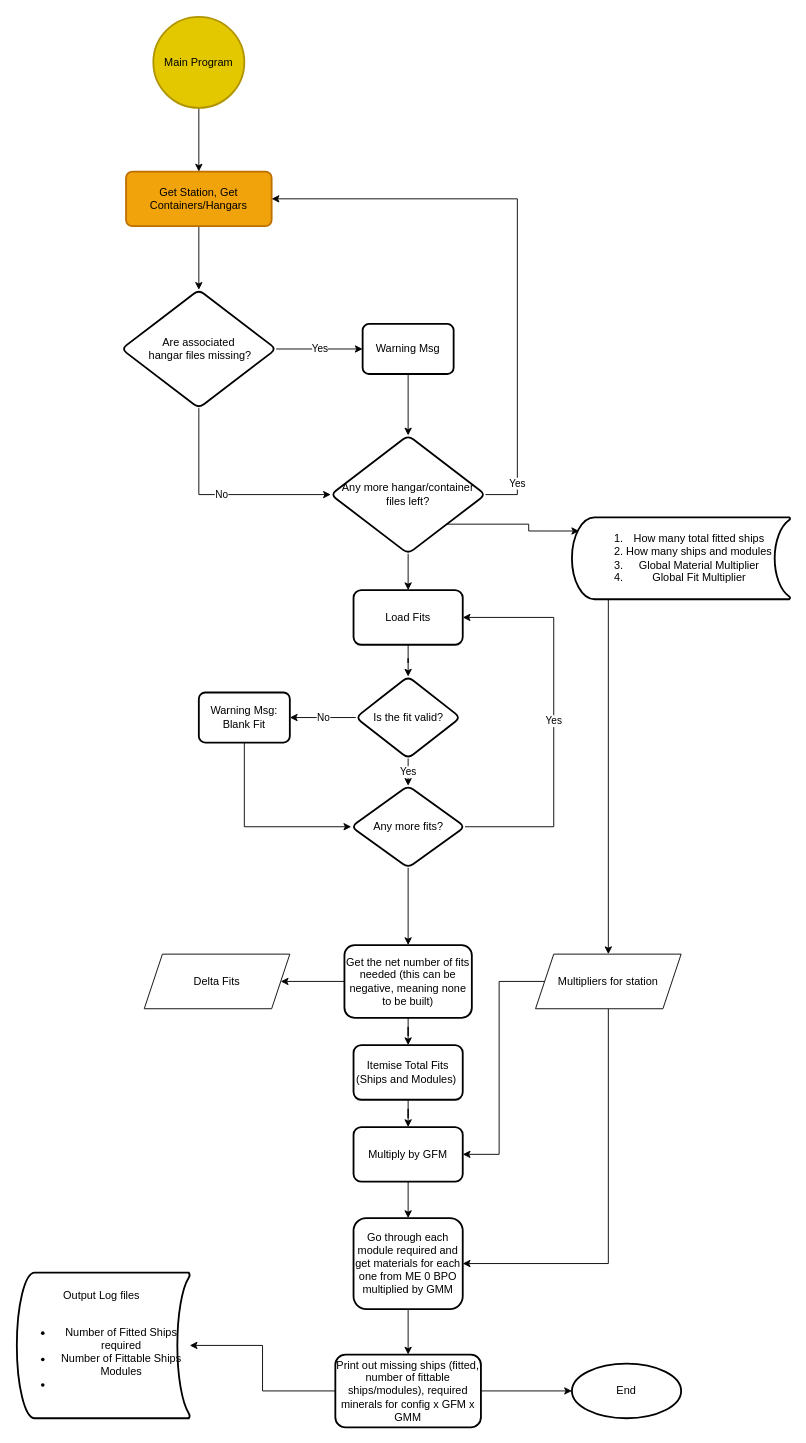
sajuukthanatoskhar/test_free_inventory_tracker keeps this draw.io diagram as page "Program Flow" (2 of 2) of Class_Flow.drawio. Above is the earlier version. Source tidied: cells renumbered, new cells numbered last; positions are measured from the earlier drawing's top-left corner, leaving out a move shared by most shapes. Both pictures are drawn from the tidied source at 91%, with x=0, y=0 at pixel (16, 16).
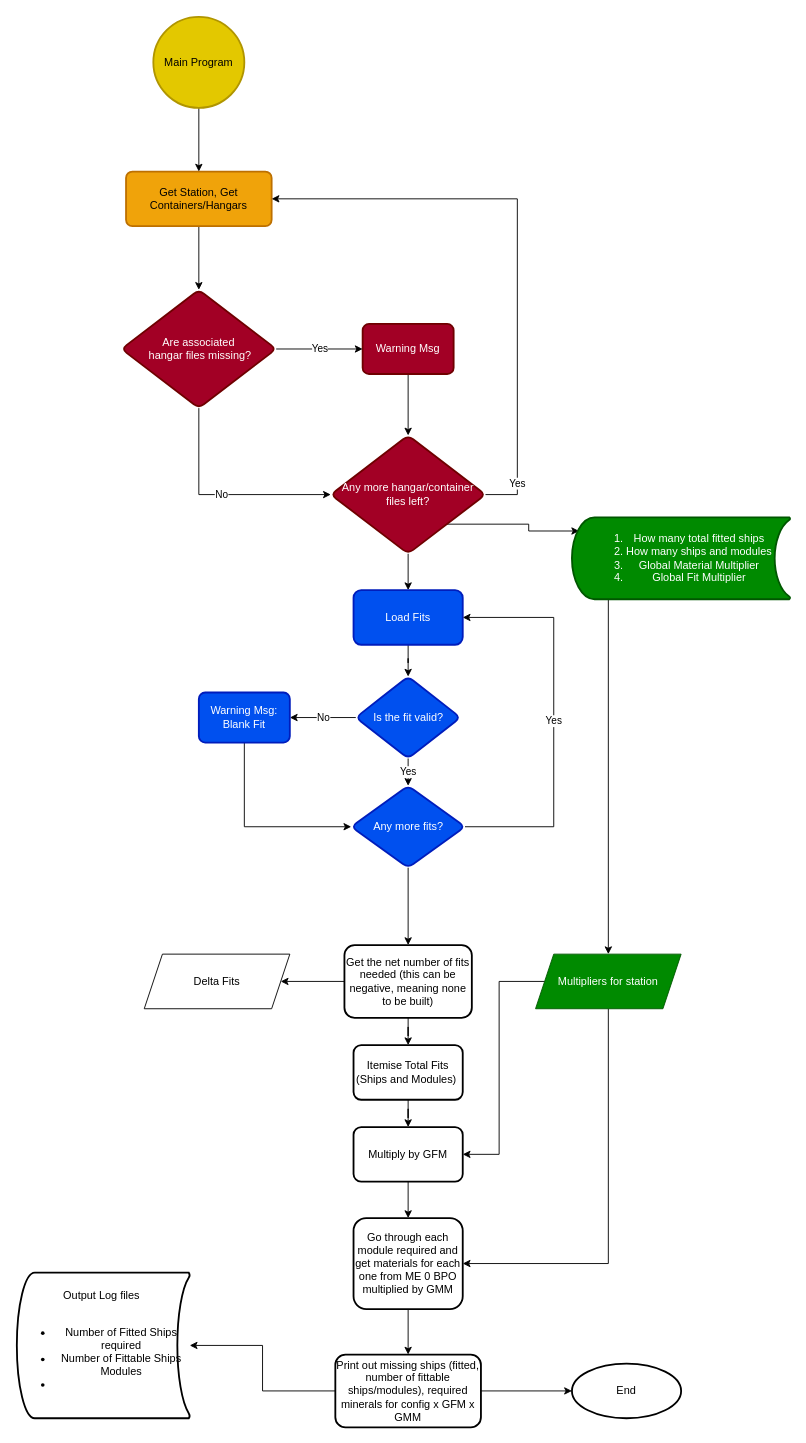
After the change.

Commit message (it also covers changes not shown here):
ADD: Added functionality in order to display hangar items in a hangar in a station

What changed in the source:
```diff
@@
-    <mxCell id="3" value="Warning Msg" style="rounded=1;whiteSpace=wrap;html=1;absoluteArcSize=1;arcSize=14;strokeWidth=2;" parent="1" vertex="1">
+    <mxCell id="3" value="Warning Msg" style="rounded=1;whiteSpace=wrap;html=1;absoluteArcSize=1;arcSize=14;strokeWidth=2;fillColor=#a20025;strokeColor=#6F0000;fontColor=#ffffff;" parent="1" vertex="1">
       <mxGeometry x="380" y="337.5" width="100" height="55" as="geometry" />
     </mxCell>
@@
-    <mxCell id="10" value="Are associated&lt;br&gt;&amp;nbsp;hangar files missing?" style="rhombus;whiteSpace=wrap;html=1;rounded=1;strokeWidth=2;arcSize=14;" parent="1" vertex="1">
+    <mxCell id="10" value="Are associated&lt;br&gt;&amp;nbsp;hangar files missing?" style="rhombus;whiteSpace=wrap;html=1;rounded=1;strokeWidth=2;arcSize=14;fillColor=#a20025;strokeColor=#6F0000;fontColor=#ffffff;" parent="1" vertex="1">
       <mxGeometry x="115" y="300" width="170" height="130" as="geometry" />
     </mxCell>
@@
-    <mxCell id="14" value="Any more hangar/container files left?" style="rhombus;whiteSpace=wrap;html=1;rounded=1;strokeWidth=2;arcSize=14;" parent="1" vertex="1">
+    <mxCell id="14" value="Any more hangar/container files left?" style="rhombus;whiteSpace=wrap;html=1;rounded=1;strokeWidth=2;arcSize=14;fillColor=#a20025;strokeColor=#6F0000;fontColor=#ffffff;" parent="1" vertex="1">
       <mxGeometry x="345" y="460" width="170" height="130" as="geometry" />
     </mxCell>
@@
-    <mxCell id="16" value="Load Fits" style="rounded=1;whiteSpace=wrap;html=1;strokeWidth=2;arcSize=14;" parent="1" vertex="1">
+    <mxCell id="16" value="Load Fits" style="rounded=1;whiteSpace=wrap;html=1;strokeWidth=2;arcSize=14;fillColor=#0050ef;strokeColor=#001DBC;fontColor=#ffffff;" parent="1" vertex="1">
       <mxGeometry x="370" y="630" width="120" height="60" as="geometry" />
     </mxCell>
@@
-    <mxCell id="19" value="Is the fit valid?" style="rhombus;whiteSpace=wrap;html=1;rounded=1;strokeWidth=2;arcSize=14;" parent="1" vertex="1">
+    <mxCell id="19" value="Is the fit valid?" style="rhombus;whiteSpace=wrap;html=1;rounded=1;strokeWidth=2;arcSize=14;fillColor=#0050ef;strokeColor=#001DBC;fontColor=#ffffff;" parent="1" vertex="1">
       <mxGeometry x="372.5" y="725" width="115" height="90" as="geometry" />
     </mxCell>
@@
-    <mxCell id="22" value="Any more fits?" style="rhombus;whiteSpace=wrap;html=1;rounded=1;strokeWidth=2;arcSize=14;" parent="1" vertex="1">
+    <mxCell id="22" value="Any more fits?" style="rhombus;whiteSpace=wrap;html=1;rounded=1;strokeWidth=2;arcSize=14;fillColor=#0050ef;strokeColor=#001DBC;fontColor=#ffffff;" parent="1" vertex="1">
       <mxGeometry x="367.5" y="845" width="125" height="90" as="geometry" />
     </mxCell>
@@
-    <mxCell id="24" value="Warning Msg: Blank Fit" style="rounded=1;whiteSpace=wrap;html=1;absoluteArcSize=1;arcSize=14;strokeWidth=2;" parent="1" vertex="1">
+    <mxCell id="24" value="Warning Msg: Blank Fit" style="rounded=1;whiteSpace=wrap;html=1;absoluteArcSize=1;arcSize=14;strokeWidth=2;fillColor=#0050ef;strokeColor=#001DBC;fontColor=#ffffff;" parent="1" vertex="1">
       <mxGeometry x="200" y="742.5" width="100" height="55" as="geometry" />
     </mxCell>
@@
-    <mxCell id="29" value="Multipliers for station" style="shape=parallelogram;perimeter=parallelogramPerimeter;whiteSpace=wrap;html=1;fixedSize=1;" parent="1" vertex="1">
+    <mxCell id="29" value="Multipliers for station" style="shape=parallelogram;perimeter=parallelogramPerimeter;whiteSpace=wrap;html=1;fixedSize=1;fillColor=#008a00;strokeColor=#005700;fontColor=#ffffff;" parent="1" vertex="1">
       <mxGeometry x="570" y="1030" width="160" height="60" as="geometry" />
     </mxCell>
@@
-    <mxCell id="32" value="&lt;ol&gt;&lt;li&gt;How many total fitted ships&lt;/li&gt;&lt;li&gt;How many ships and modules&lt;/li&gt;&lt;li&gt;Global Material Multiplier&lt;/li&gt;&lt;li&gt;Global Fit Multiplier&lt;/li&gt;&lt;/ol&gt;" style="strokeWidth=2;html=1;shape=mxgraph.flowchart.stored_data;whiteSpace=wrap;" parent="1" vertex="1">
+    <mxCell id="32" value="&lt;ol&gt;&lt;li&gt;How many total fitted ships&lt;/li&gt;&lt;li&gt;How many ships and modules&lt;/li&gt;&lt;li&gt;Global Material Multiplier&lt;/li&gt;&lt;li&gt;Global Fit Multiplier&lt;/li&gt;&lt;/ol&gt;" style="strokeWidth=2;html=1;shape=mxgraph.flowchart.stored_data;whiteSpace=wrap;fillColor=#008a00;strokeColor=#005700;fontColor=#ffffff;" parent="1" vertex="1">
       <mxGeometry x="610" y="550" width="240" height="90" as="geometry" />
     </mxCell>
```
